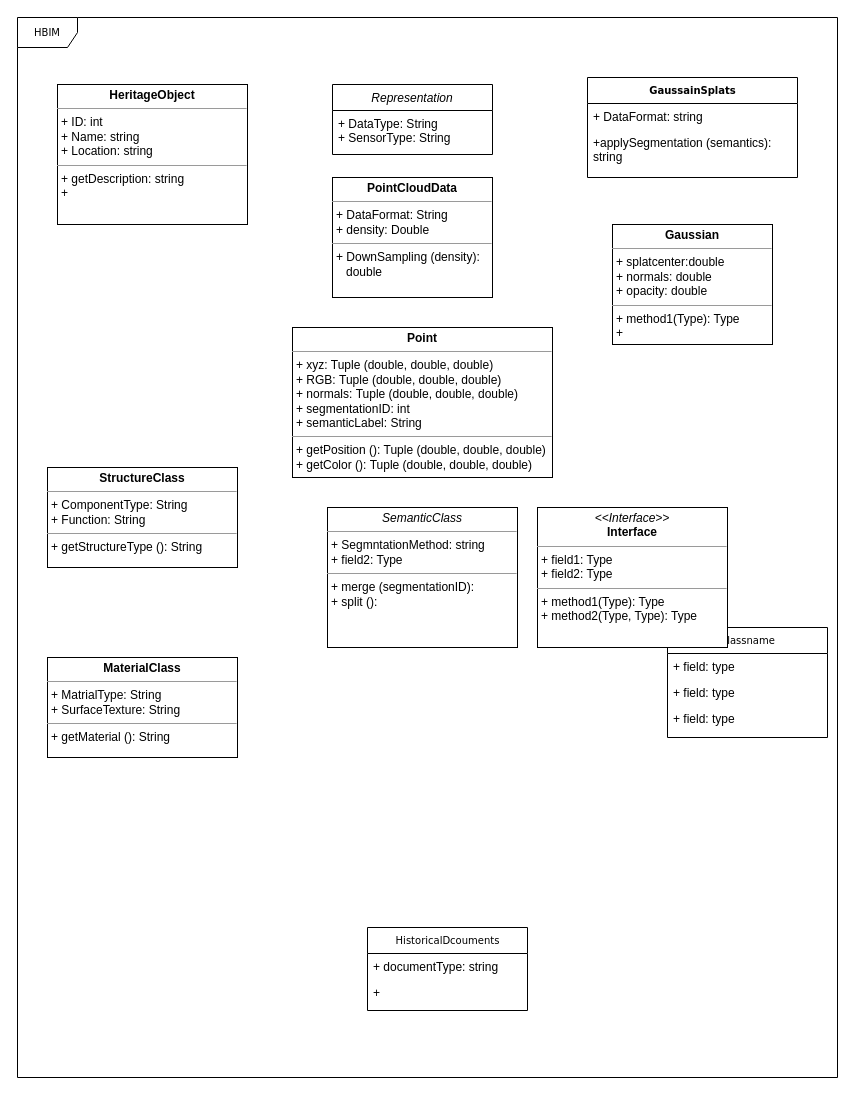
Before: Untitled Diagram.drawio in Zhuoyuee/thesis, a draw.io diagram. Source tidied: cells renumbered, new cells numbered last; positions are measured from the earlier drawing's top-left corner, leaving out a move shared by most shapes. Both pictures are drawn from the tidied source at 100%, with x=0, y=0 at pixel (17, 17).
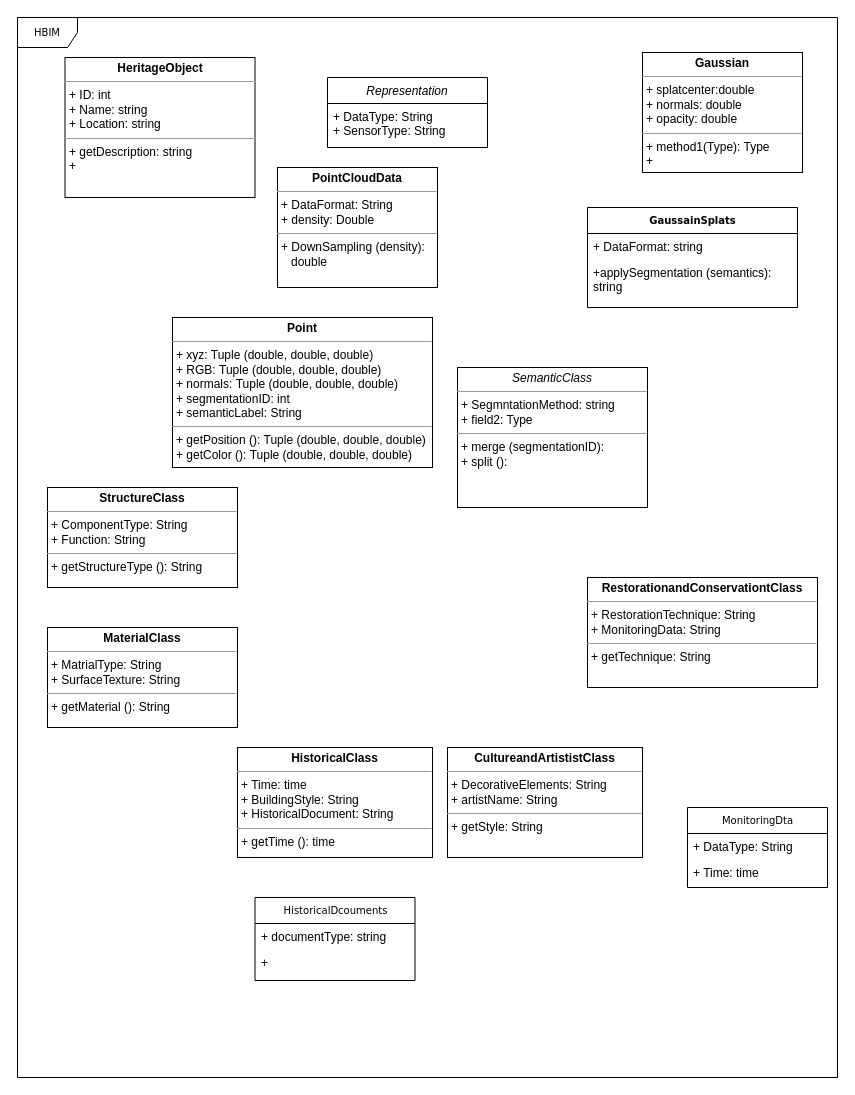
The same page after the edit.

Diff of the diagram source:
```diff
@@
     <mxCell id="3" value="&lt;b&gt;GaussainSplats&lt;/b&gt;" style="swimlane;html=1;fontStyle=0;horizontal=1;startSize=26;fillColor=none;swimlaneFillColor=#ffffff;rounded=0;shadow=0;comic=0;labelBackgroundColor=none;strokeWidth=1;fontFamily=Verdana;fontSize=10;align=center;" parent="1" vertex="1">
-      <mxGeometry x="570" y="60" width="210" height="100" as="geometry" />
+      <mxGeometry x="570" y="190" width="210" height="100" as="geometry" />
     </mxCell>
@@
     <mxCell id="6" value="HistoricalDcouments" style="swimlane;html=1;fontStyle=0;horizontal=1;startSize=26;fillColor=none;swimlaneFillColor=#ffffff;rounded=0;shadow=0;comic=0;labelBackgroundColor=none;strokeWidth=1;fontFamily=Verdana;fontSize=10;align=center;" parent="1" vertex="1">
-      <mxGeometry x="350" y="910" width="160" height="83" as="geometry" />
+      <mxGeometry x="237.5" y="880" width="160" height="83" as="geometry" />
     </mxCell>
@@
-    <mxCell id="9" value="Classname" style="swimlane;html=1;fontStyle=0;horizontal=1;startSize=26;fillColor=none;swimlaneFillColor=#ffffff;rounded=0;shadow=0;comic=0;labelBackgroundColor=none;strokeWidth=1;fontFamily=Verdana;fontSize=10;align=center;" parent="1" vertex="1">
-      <mxGeometry x="650" y="610" width="160" height="110" as="geometry" />
+    <mxCell id="9" value="MonitoringDta" style="swimlane;html=1;fontStyle=0;horizontal=1;startSize=26;fillColor=none;swimlaneFillColor=#ffffff;rounded=0;shadow=0;comic=0;labelBackgroundColor=none;strokeWidth=1;fontFamily=Verdana;fontSize=10;align=center;" parent="1" vertex="1">
+      <mxGeometry x="670" y="790" width="140" height="80" as="geometry" />
     </mxCell>
-    <mxCell id="10" value="+ field: type" style="text;html=1;strokeColor=none;fillColor=none;align=left;verticalAlign=top;spacingLeft=4;spacingRight=4;whiteSpace=wrap;overflow=hidden;" parent="9" vertex="1">
-      <mxGeometry y="26" width="160" height="26" as="geometry" />
+    <mxCell id="10" value="+ DataType: String" style="text;html=1;strokeColor=none;fillColor=none;align=left;verticalAlign=top;spacingLeft=4;spacingRight=4;whiteSpace=wrap;overflow=hidden;" parent="9" vertex="1">
+      <mxGeometry y="26" width="140" height="26" as="geometry" />
     </mxCell>
-    <mxCell id="11" value="+ field: type" style="text;html=1;strokeColor=none;fillColor=none;align=left;verticalAlign=top;spacingLeft=4;spacingRight=4;whiteSpace=wrap;overflow=hidden;" parent="9" vertex="1">
-      <mxGeometry y="52" width="160" height="26" as="geometry" />
+    <mxCell id="11" value="+ Time: time" style="text;html=1;strokeColor=none;fillColor=none;align=left;verticalAlign=top;spacingLeft=4;spacingRight=4;whiteSpace=wrap;overflow=hidden;" parent="9" vertex="1">
+      <mxGeometry y="52" width="140" height="28" as="geometry" />
     </mxCell>
-    <mxCell id="12" value="+ field: type" style="text;html=1;strokeColor=none;fillColor=none;align=left;verticalAlign=top;spacingLeft=4;spacingRight=4;whiteSpace=wrap;overflow=hidden;" parent="9" vertex="1">
-      <mxGeometry y="78" width="160" height="26" as="geometry" />
-    </mxCell>
-    <mxCell id="13" value="&lt;p style=&quot;margin:0px;margin-top:4px;text-align:center;&quot;&gt;&lt;i&gt;&amp;lt;&amp;lt;Interface&amp;gt;&amp;gt;&lt;/i&gt;&lt;br/&gt;&lt;b&gt;Interface&lt;/b&gt;&lt;/p&gt;&lt;hr size=&quot;1&quot;/&gt;&lt;p style=&quot;margin:0px;margin-left:4px;&quot;&gt;+ field1: Type&lt;br/&gt;+ field2: Type&lt;/p&gt;&lt;hr size=&quot;1&quot;/&gt;&lt;p style=&quot;margin:0px;margin-left:4px;&quot;&gt;+ method1(Type): Type&lt;br/&gt;+ method2(Type, Type): Type&lt;/p&gt;" style="verticalAlign=top;align=left;overflow=fill;fontSize=12;fontFamily=Helvetica;html=1;rounded=0;shadow=0;comic=0;labelBackgroundColor=none;strokeWidth=1;" parent="1" vertex="1">
-      <mxGeometry x="520" y="490" width="190" height="140" as="geometry" />
-    </mxCell>
     <mxCell id="14" value="&lt;p style=&quot;margin:0px;margin-top:4px;text-align:center;&quot;&gt;&lt;b&gt;MaterialClass&lt;/b&gt;&lt;/p&gt;&lt;hr size=&quot;1&quot;&gt;&lt;p style=&quot;margin:0px;margin-left:4px;&quot;&gt;+ MatrialType: String&lt;br&gt;+ SurfaceTexture: String&lt;/p&gt;&lt;hr size=&quot;1&quot;&gt;&lt;p style=&quot;margin:0px;margin-left:4px;&quot;&gt;+ getMaterial (): String&lt;/p&gt;" style="verticalAlign=top;align=left;overflow=fill;fontSize=12;fontFamily=Helvetica;html=1;rounded=0;shadow=0;comic=0;labelBackgroundColor=none;strokeWidth=1;" parent="1" vertex="1">
-      <mxGeometry x="30" y="640" width="190" height="100" as="geometry" />
+      <mxGeometry x="30" y="610" width="190" height="100" as="geometry" />
     </mxCell>
     <mxCell id="15" value="&lt;p style=&quot;margin:0px;margin-top:4px;text-align:center;&quot;&gt;&lt;b&gt;Point&lt;/b&gt;&lt;/p&gt;&lt;hr size=&quot;1&quot;&gt;&lt;p style=&quot;margin:0px;margin-left:4px;&quot;&gt;+ xyz: Tuple (double, double, double)&amp;nbsp;&lt;br&gt;+ RGB:&amp;nbsp;&lt;span style=&quot;background-color: transparent; color: light-dark(rgb(0, 0, 0), rgb(255, 255, 255));&quot;&gt;Tuple (double, double, double)&amp;nbsp;&lt;/span&gt;&lt;/p&gt;&lt;p style=&quot;margin:0px;margin-left:4px;&quot;&gt;&lt;span style=&quot;background-color: transparent; color: light-dark(rgb(0, 0, 0), rgb(255, 255, 255));&quot;&gt;+ normals:&amp;nbsp;&lt;/span&gt;&lt;span style=&quot;background-color: transparent; color: light-dark(rgb(0, 0, 0), rgb(255, 255, 255));&quot;&gt;Tuple (double, double, double)&amp;nbsp;&lt;/span&gt;&lt;/p&gt;&lt;p style=&quot;margin:0px;margin-left:4px;&quot;&gt;&lt;span style=&quot;background-color: transparent; color: light-dark(rgb(0, 0, 0), rgb(255, 255, 255));&quot;&gt;+ segmentationID: int&lt;/span&gt;&lt;/p&gt;&lt;p style=&quot;margin:0px;margin-left:4px;&quot;&gt;&lt;span style=&quot;background-color: transparent; color: light-dark(rgb(0, 0, 0), rgb(255, 255, 255));&quot;&gt;+ semanticLabel: String&lt;/span&gt;&lt;/p&gt;&lt;hr size=&quot;1&quot;&gt;&lt;p style=&quot;margin:0px;margin-left:4px;&quot;&gt;+ getPosition (): Tuple (double, double, double)&amp;nbsp;&lt;br&gt;+ getColor ():&amp;nbsp;&lt;span style=&quot;background-color: transparent; color: light-dark(rgb(0, 0, 0), rgb(255, 255, 255));&quot;&gt;Tuple (double, double, double)&amp;nbsp;&lt;/span&gt;&lt;/p&gt;" style="verticalAlign=top;align=left;overflow=fill;fontSize=12;fontFamily=Helvetica;html=1;rounded=0;shadow=0;comic=0;labelBackgroundColor=none;strokeWidth=1;" parent="1" vertex="1">
-      <mxGeometry x="275" y="310" width="260" height="150" as="geometry" />
+      <mxGeometry x="155" y="300" width="260" height="150" as="geometry" />
     </mxCell>
     <mxCell id="16" value="&lt;p style=&quot;margin:0px;margin-top:4px;text-align:center;&quot;&gt;&lt;b&gt;HeritageObject&lt;/b&gt;&lt;/p&gt;&lt;hr size=&quot;1&quot;&gt;&lt;p style=&quot;margin:0px;margin-left:4px;&quot;&gt;+ ID: int&lt;br&gt;+ Name: string&lt;/p&gt;&lt;p style=&quot;margin:0px;margin-left:4px;&quot;&gt;+ Location: string&lt;/p&gt;&lt;hr size=&quot;1&quot;&gt;&lt;p style=&quot;margin:0px;margin-left:4px;&quot;&gt;+ getDescription: string&lt;br&gt;+&amp;nbsp;&lt;/p&gt;" style="verticalAlign=top;align=left;overflow=fill;fontSize=12;fontFamily=Helvetica;html=1;rounded=0;shadow=0;comic=0;labelBackgroundColor=none;strokeWidth=1;" parent="1" vertex="1">
-      <mxGeometry x="40" y="67" width="190" height="140" as="geometry" />
+      <mxGeometry x="47.5" y="40" width="190" height="140" as="geometry" />
     </mxCell>
     <mxCell id="17" value="&lt;p style=&quot;margin:0px;margin-top:4px;text-align:center;&quot;&gt;&lt;i&gt;SemanticClass&lt;/i&gt;&lt;/p&gt;&lt;hr size=&quot;1&quot;&gt;&lt;p style=&quot;margin:0px;margin-left:4px;&quot;&gt;+ SegmntationMethod: string&lt;br&gt;+ field2: Type&lt;/p&gt;&lt;hr size=&quot;1&quot;&gt;&lt;p style=&quot;margin:0px;margin-left:4px;&quot;&gt;+ merge (segmentationID):&amp;nbsp;&lt;/p&gt;&lt;p style=&quot;margin:0px;margin-left:4px;&quot;&gt;+ split ():&amp;nbsp;&lt;/p&gt;" style="verticalAlign=top;align=left;overflow=fill;fontSize=12;fontFamily=Helvetica;html=1;rounded=0;shadow=0;comic=0;labelBackgroundColor=none;strokeWidth=1;" parent="1" vertex="1">
-      <mxGeometry x="310" y="490" width="190" height="140" as="geometry" />
+      <mxGeometry x="440" y="350" width="190" height="140" as="geometry" />
     </mxCell>
     <mxCell id="18" value="&lt;p style=&quot;margin:0px;margin-top:4px;text-align:center;&quot;&gt;&lt;b&gt;StructureClass&lt;/b&gt;&lt;/p&gt;&lt;hr size=&quot;1&quot;&gt;&lt;p style=&quot;margin:0px;margin-left:4px;&quot;&gt;+ ComponentType: String&lt;br&gt;+ Function: String&lt;/p&gt;&lt;hr size=&quot;1&quot;&gt;&lt;p style=&quot;margin:0px;margin-left:4px;&quot;&gt;+ getStructureType (): String&lt;/p&gt;" style="verticalAlign=top;align=left;overflow=fill;fontSize=12;fontFamily=Helvetica;html=1;rounded=0;shadow=0;comic=0;labelBackgroundColor=none;strokeWidth=1;" parent="1" vertex="1">
-      <mxGeometry x="30" y="450" width="190" height="100" as="geometry" />
+      <mxGeometry x="30" y="470" width="190" height="100" as="geometry" />
     </mxCell>
     <mxCell id="19" value="&lt;p style=&quot;margin:0px;margin-top:4px;text-align:center;&quot;&gt;&lt;b style=&quot;&quot;&gt;Gaussian&lt;/b&gt;&lt;/p&gt;&lt;hr size=&quot;1&quot;&gt;&lt;p style=&quot;margin:0px;margin-left:4px;&quot;&gt;+ splatcenter:double&amp;nbsp;&lt;br&gt;+ normals: double&lt;/p&gt;&lt;p style=&quot;margin:0px;margin-left:4px;&quot;&gt;+ opacity: double&lt;/p&gt;&lt;hr size=&quot;1&quot;&gt;&lt;p style=&quot;margin:0px;margin-left:4px;&quot;&gt;+ method1(Type): Type&lt;br&gt;+&amp;nbsp;&lt;/p&gt;" style="verticalAlign=top;align=left;overflow=fill;fontSize=12;fontFamily=Helvetica;html=1;rounded=0;shadow=0;comic=0;labelBackgroundColor=none;strokeWidth=1;" parent="1" vertex="1">
-      <mxGeometry x="595" y="207" width="160" height="120" as="geometry" />
+      <mxGeometry x="625" y="35" width="160" height="120" as="geometry" />
     </mxCell>
     <mxCell id="20" value="&lt;span style=&quot;font-weight: normal;&quot;&gt;&lt;i&gt;Representation&lt;/i&gt;&lt;/span&gt;" style="swimlane;fontStyle=1;align=center;verticalAlign=top;horizontal=1;startSize=26;whiteSpace=wrap;html=1;" parent="1" vertex="1">
-      <mxGeometry x="315" y="67" width="160" height="70" as="geometry" />
+      <mxGeometry x="310" y="60" width="160" height="70" as="geometry" />
     </mxCell>
@@
     <mxCell id="22" value="&lt;p style=&quot;margin:0px;margin-top:4px;text-align:center;&quot;&gt;&lt;b&gt;PointCloudData&lt;/b&gt;&lt;/p&gt;&lt;hr size=&quot;1&quot;&gt;&lt;p style=&quot;margin:0px;margin-left:4px;&quot;&gt;+ DataFormat: String&lt;br&gt;+ density: Double&lt;br&gt;&lt;/p&gt;&lt;hr size=&quot;1&quot;&gt;&lt;p style=&quot;margin:0px;margin-left:4px;&quot;&gt;+ DownSampling (density):&lt;/p&gt;&lt;p style=&quot;margin:0px;margin-left:4px;&quot;&gt;&amp;nbsp; &amp;nbsp;double&lt;br&gt;&lt;/p&gt;" style="verticalAlign=top;align=left;overflow=fill;fontSize=12;fontFamily=Helvetica;html=1;rounded=0;shadow=0;comic=0;labelBackgroundColor=none;strokeWidth=1;" parent="1" vertex="1">
-      <mxGeometry x="315" y="160" width="160" height="120" as="geometry" />
+      <mxGeometry x="260" y="150" width="160" height="120" as="geometry" />
     </mxCell>
+    <mxCell id="23" value="&lt;p style=&quot;margin:0px;margin-top:4px;text-align:center;&quot;&gt;&lt;b&gt;HistoricalClass&lt;/b&gt;&lt;/p&gt;&lt;hr size=&quot;1&quot;&gt;&lt;p style=&quot;margin:0px;margin-left:4px;&quot;&gt;+ Time: time&lt;/p&gt;&lt;p style=&quot;margin:0px;margin-left:4px;&quot;&gt;+ BuildingStyle: String&lt;/p&gt;&lt;p style=&quot;margin:0px;margin-left:4px;&quot;&gt;+ HistoricalDocument: String&lt;/p&gt;&lt;hr size=&quot;1&quot;&gt;&lt;p style=&quot;margin:0px;margin-left:4px;&quot;&gt;+ getTime (): time&lt;/p&gt;" style="verticalAlign=top;align=left;overflow=fill;fontSize=12;fontFamily=Helvetica;html=1;rounded=0;shadow=0;comic=0;labelBackgroundColor=none;strokeWidth=1;" parent="1" vertex="1">
+      <mxGeometry x="220" y="730" width="195" height="110" as="geometry" />
+    </mxCell>
+    <mxCell id="24" value="&lt;p style=&quot;margin:0px;margin-top:4px;text-align:center;&quot;&gt;&lt;b&gt;CultureandArtististClass&lt;/b&gt;&lt;/p&gt;&lt;hr size=&quot;1&quot;&gt;&lt;p style=&quot;margin:0px;margin-left:4px;&quot;&gt;+ DecorativeElements: String&lt;/p&gt;&lt;p style=&quot;margin:0px;margin-left:4px;&quot;&gt;+ artistName: String&lt;br&gt;&lt;/p&gt;&lt;hr size=&quot;1&quot;&gt;&lt;p style=&quot;margin:0px;margin-left:4px;&quot;&gt;+ getStyle: String&lt;/p&gt;" style="verticalAlign=top;align=left;overflow=fill;fontSize=12;fontFamily=Helvetica;html=1;rounded=0;shadow=0;comic=0;labelBackgroundColor=none;strokeWidth=1;" parent="1" vertex="1">
+      <mxGeometry x="430" y="730" width="195" height="110" as="geometry" />
+    </mxCell>
+    <mxCell id="25" value="&lt;p style=&quot;margin:0px;margin-top:4px;text-align:center;&quot;&gt;&lt;b&gt;RestorationandConservationtClass&lt;/b&gt;&lt;/p&gt;&lt;hr size=&quot;1&quot;&gt;&lt;p style=&quot;margin:0px;margin-left:4px;&quot;&gt;+ RestorationTechnique: String&lt;/p&gt;&lt;p style=&quot;margin:0px;margin-left:4px;&quot;&gt;+ MonitoringData: String&lt;br&gt;&lt;/p&gt;&lt;hr size=&quot;1&quot;&gt;&lt;p style=&quot;margin:0px;margin-left:4px;&quot;&gt;+ getTechnique: String&lt;/p&gt;" style="verticalAlign=top;align=left;overflow=fill;fontSize=12;fontFamily=Helvetica;html=1;rounded=0;shadow=0;comic=0;labelBackgroundColor=none;strokeWidth=1;" parent="1" vertex="1">
+      <mxGeometry x="570" y="560" width="230" height="110" as="geometry" />
+    </mxCell>
```
